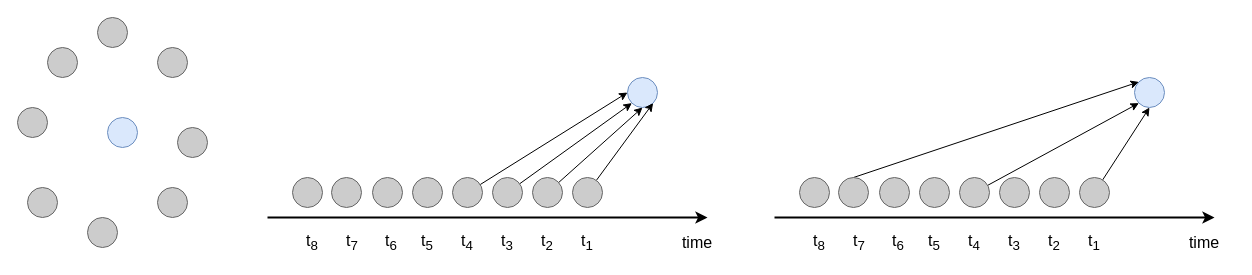
Earlier version of the draw.io diagram temporal sampling.drawio (LNqwn/BISHE-GRAPH). Source tidied: cells renumbered, new cells numbered last; positions are measured from the earlier drawing's top-left corner, leaving out a move shared by most shapes. Both pictures are drawn from the tidied source at 100%, with x=0, y=0 at pixel (17, 17).
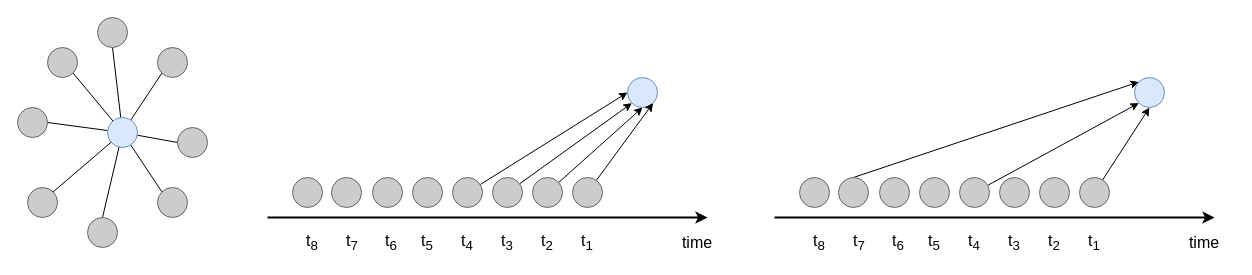
The same page after the edit.

Unchanged cells that the change refers to:
```xml
<mxCell id="2" style="ellipse;whiteSpace=wrap;html=1;fillColor=#dae8fc;strokeColor=#6c8ebf;" parent="1" vertex="1">
  <mxGeometry x="90" y="100" width="30" height="30" as="geometry" />
</mxCell>
<mxCell id="3" style="ellipse;whiteSpace=wrap;html=1;fillColor=#CCCCCC;strokeColor=#666666;fontColor=#333333;" parent="1" vertex="1">
  <mxGeometry x="30" y="30" width="30" height="30" as="geometry" />
</mxCell>
<mxCell id="4" style="ellipse;whiteSpace=wrap;html=1;fillColor=#CCCCCC;strokeColor=#666666;fontColor=#333333;" parent="1" vertex="1">
  <mxGeometry y="90" width="30" height="30" as="geometry" />
</mxCell>
<mxCell id="5" style="ellipse;whiteSpace=wrap;html=1;fillColor=#CCCCCC;strokeColor=#666666;fontColor=#333333;" parent="1" vertex="1">
  <mxGeometry x="140" y="170" width="30" height="30" as="geometry" />
</mxCell>
<mxCell id="6" style="ellipse;whiteSpace=wrap;html=1;fillColor=#CCCCCC;fontColor=#333333;strokeColor=#666666;" parent="1" vertex="1">
  <mxGeometry x="140" y="30" width="30" height="30" as="geometry" />
</mxCell>
<mxCell id="7" style="ellipse;whiteSpace=wrap;html=1;fillColor=#CCCCCC;strokeColor=#666666;fontColor=#333333;" parent="1" vertex="1">
  <mxGeometry x="160" y="110" width="30" height="30" as="geometry" />
</mxCell>
<mxCell id="8" style="ellipse;whiteSpace=wrap;html=1;fillColor=#CCCCCC;fontColor=#333333;strokeColor=#666666;" parent="1" vertex="1">
  <mxGeometry x="70" y="200" width="30" height="30" as="geometry" />
</mxCell>
<mxCell id="9" style="ellipse;whiteSpace=wrap;html=1;fillColor=#CCCCCC;strokeColor=#666666;fontColor=#333333;" parent="1" vertex="1">
  <mxGeometry x="10" y="170" width="30" height="30" as="geometry" />
</mxCell>
<mxCell id="10" style="ellipse;whiteSpace=wrap;html=1;fillColor=#CCCCCC;strokeColor=#666666;fontColor=#333333;" parent="1" vertex="1">
  <mxGeometry x="80" width="30" height="30" as="geometry" />
</mxCell>
```

The edit, as a diff of the source:
```diff
@@
+    <mxCell id="56" style="edgeStyle=none;shape=connector;rounded=0;jettySize=auto;html=1;entryX=1;entryY=1;entryDx=0;entryDy=0;strokeColor=default;align=center;verticalAlign=middle;fontFamily=Helvetica;fontSize=11;fontColor=default;labelBackgroundColor=default;endArrow=none;endFill=0;" parent="1" edge="1" source="2" target="3">
+      <mxGeometry relative="1" as="geometry" />
+    </mxCell>
+    <mxCell id="57" style="edgeStyle=none;shape=connector;rounded=0;jettySize=auto;html=1;entryX=0.5;entryY=1;entryDx=0;entryDy=0;strokeColor=default;align=center;verticalAlign=middle;fontFamily=Helvetica;fontSize=11;fontColor=default;labelBackgroundColor=default;endArrow=none;endFill=0;" parent="1" edge="1" source="2" target="10">
+      <mxGeometry relative="1" as="geometry" />
+    </mxCell>
+    <mxCell id="58" style="edgeStyle=none;shape=connector;rounded=0;jettySize=auto;html=1;entryX=0;entryY=1;entryDx=0;entryDy=0;strokeColor=default;align=center;verticalAlign=middle;fontFamily=Helvetica;fontSize=11;fontColor=default;labelBackgroundColor=default;endArrow=none;endFill=0;" parent="1" edge="1" source="2" target="6">
+      <mxGeometry relative="1" as="geometry" />
+    </mxCell>
+    <mxCell id="59" style="edgeStyle=none;shape=connector;rounded=0;jettySize=auto;html=1;entryX=0;entryY=0.5;entryDx=0;entryDy=0;strokeColor=default;align=center;verticalAlign=middle;fontFamily=Helvetica;fontSize=11;fontColor=default;labelBackgroundColor=default;endArrow=none;endFill=0;" parent="1" edge="1" source="2" target="7">
+      <mxGeometry relative="1" as="geometry" />
+    </mxCell>
+    <mxCell id="60" style="edgeStyle=none;shape=connector;rounded=0;jettySize=auto;html=1;entryX=0;entryY=0;entryDx=0;entryDy=0;strokeColor=default;align=center;verticalAlign=middle;fontFamily=Helvetica;fontSize=11;fontColor=default;labelBackgroundColor=default;endArrow=none;endFill=0;" parent="1" edge="1" source="2" target="5">
+      <mxGeometry relative="1" as="geometry" />
+    </mxCell>
+    <mxCell id="61" style="edgeStyle=none;shape=connector;rounded=0;jettySize=auto;html=1;entryX=1;entryY=0.5;entryDx=0;entryDy=0;strokeColor=default;align=center;verticalAlign=middle;fontFamily=Helvetica;fontSize=11;fontColor=default;labelBackgroundColor=default;endArrow=none;endFill=0;" parent="1" edge="1" source="2" target="4">
+      <mxGeometry relative="1" as="geometry" />
+    </mxCell>
+    <mxCell id="62" style="edgeStyle=none;shape=connector;rounded=0;jettySize=auto;html=1;entryX=1;entryY=0;entryDx=0;entryDy=0;strokeColor=default;align=center;verticalAlign=middle;fontFamily=Helvetica;fontSize=11;fontColor=default;labelBackgroundColor=default;endArrow=none;endFill=0;" parent="1" edge="1" source="2" target="9">
+      <mxGeometry relative="1" as="geometry" />
+    </mxCell>
+    <mxCell id="63" style="edgeStyle=none;shape=connector;rounded=0;jettySize=auto;html=1;entryX=0.5;entryY=0;entryDx=0;entryDy=0;strokeColor=default;align=center;verticalAlign=middle;fontFamily=Helvetica;fontSize=11;fontColor=default;labelBackgroundColor=default;endArrow=none;endFill=0;" parent="1" edge="1" source="2" target="8">
+      <mxGeometry relative="1" as="geometry" />
+    </mxCell>
```
